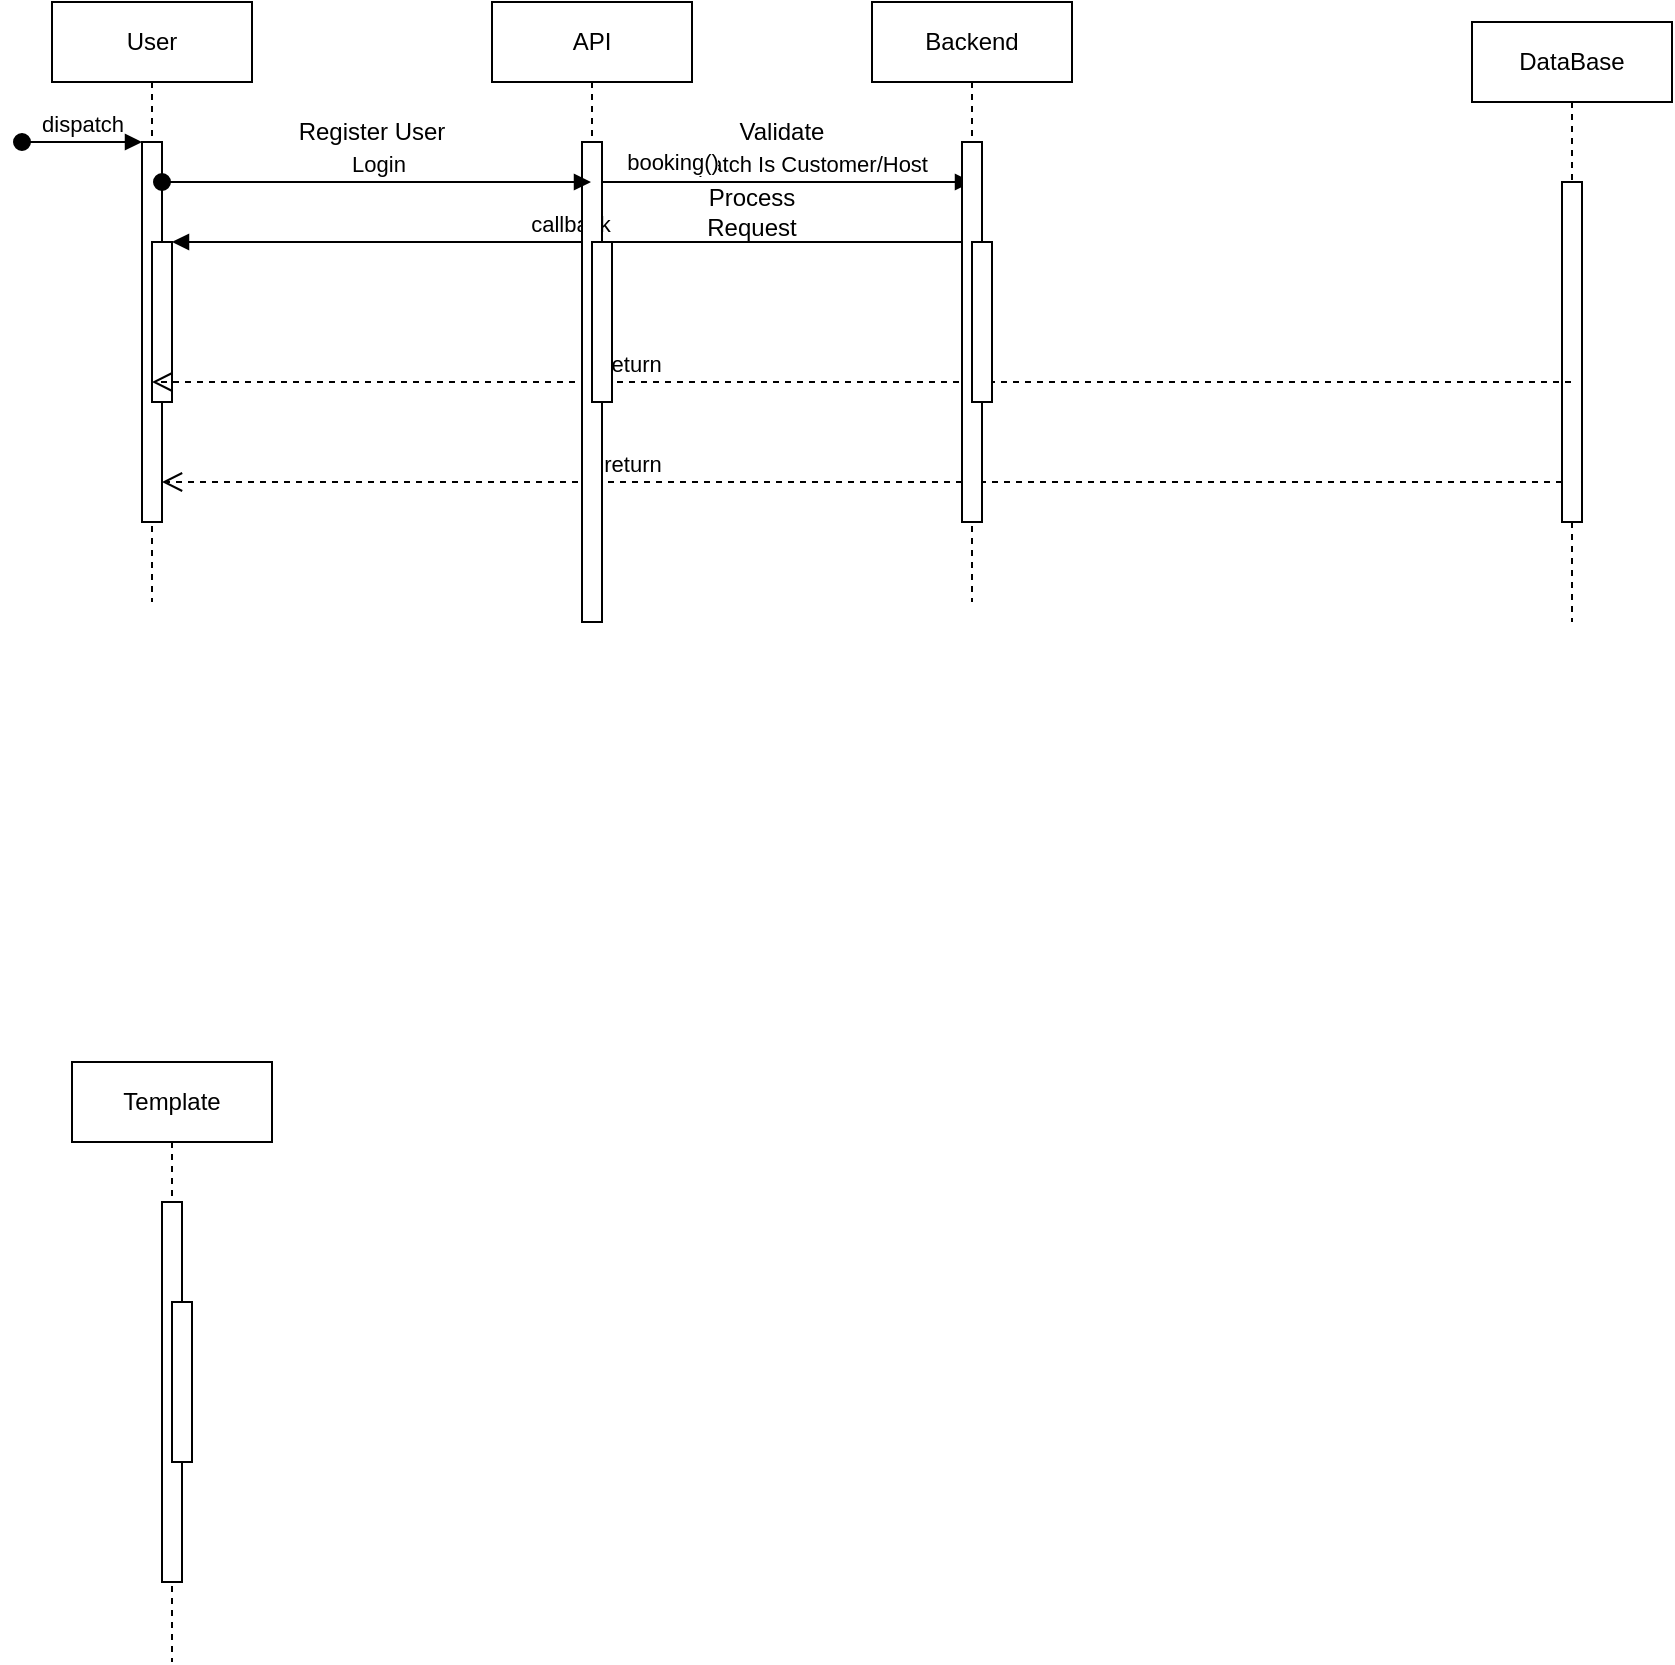
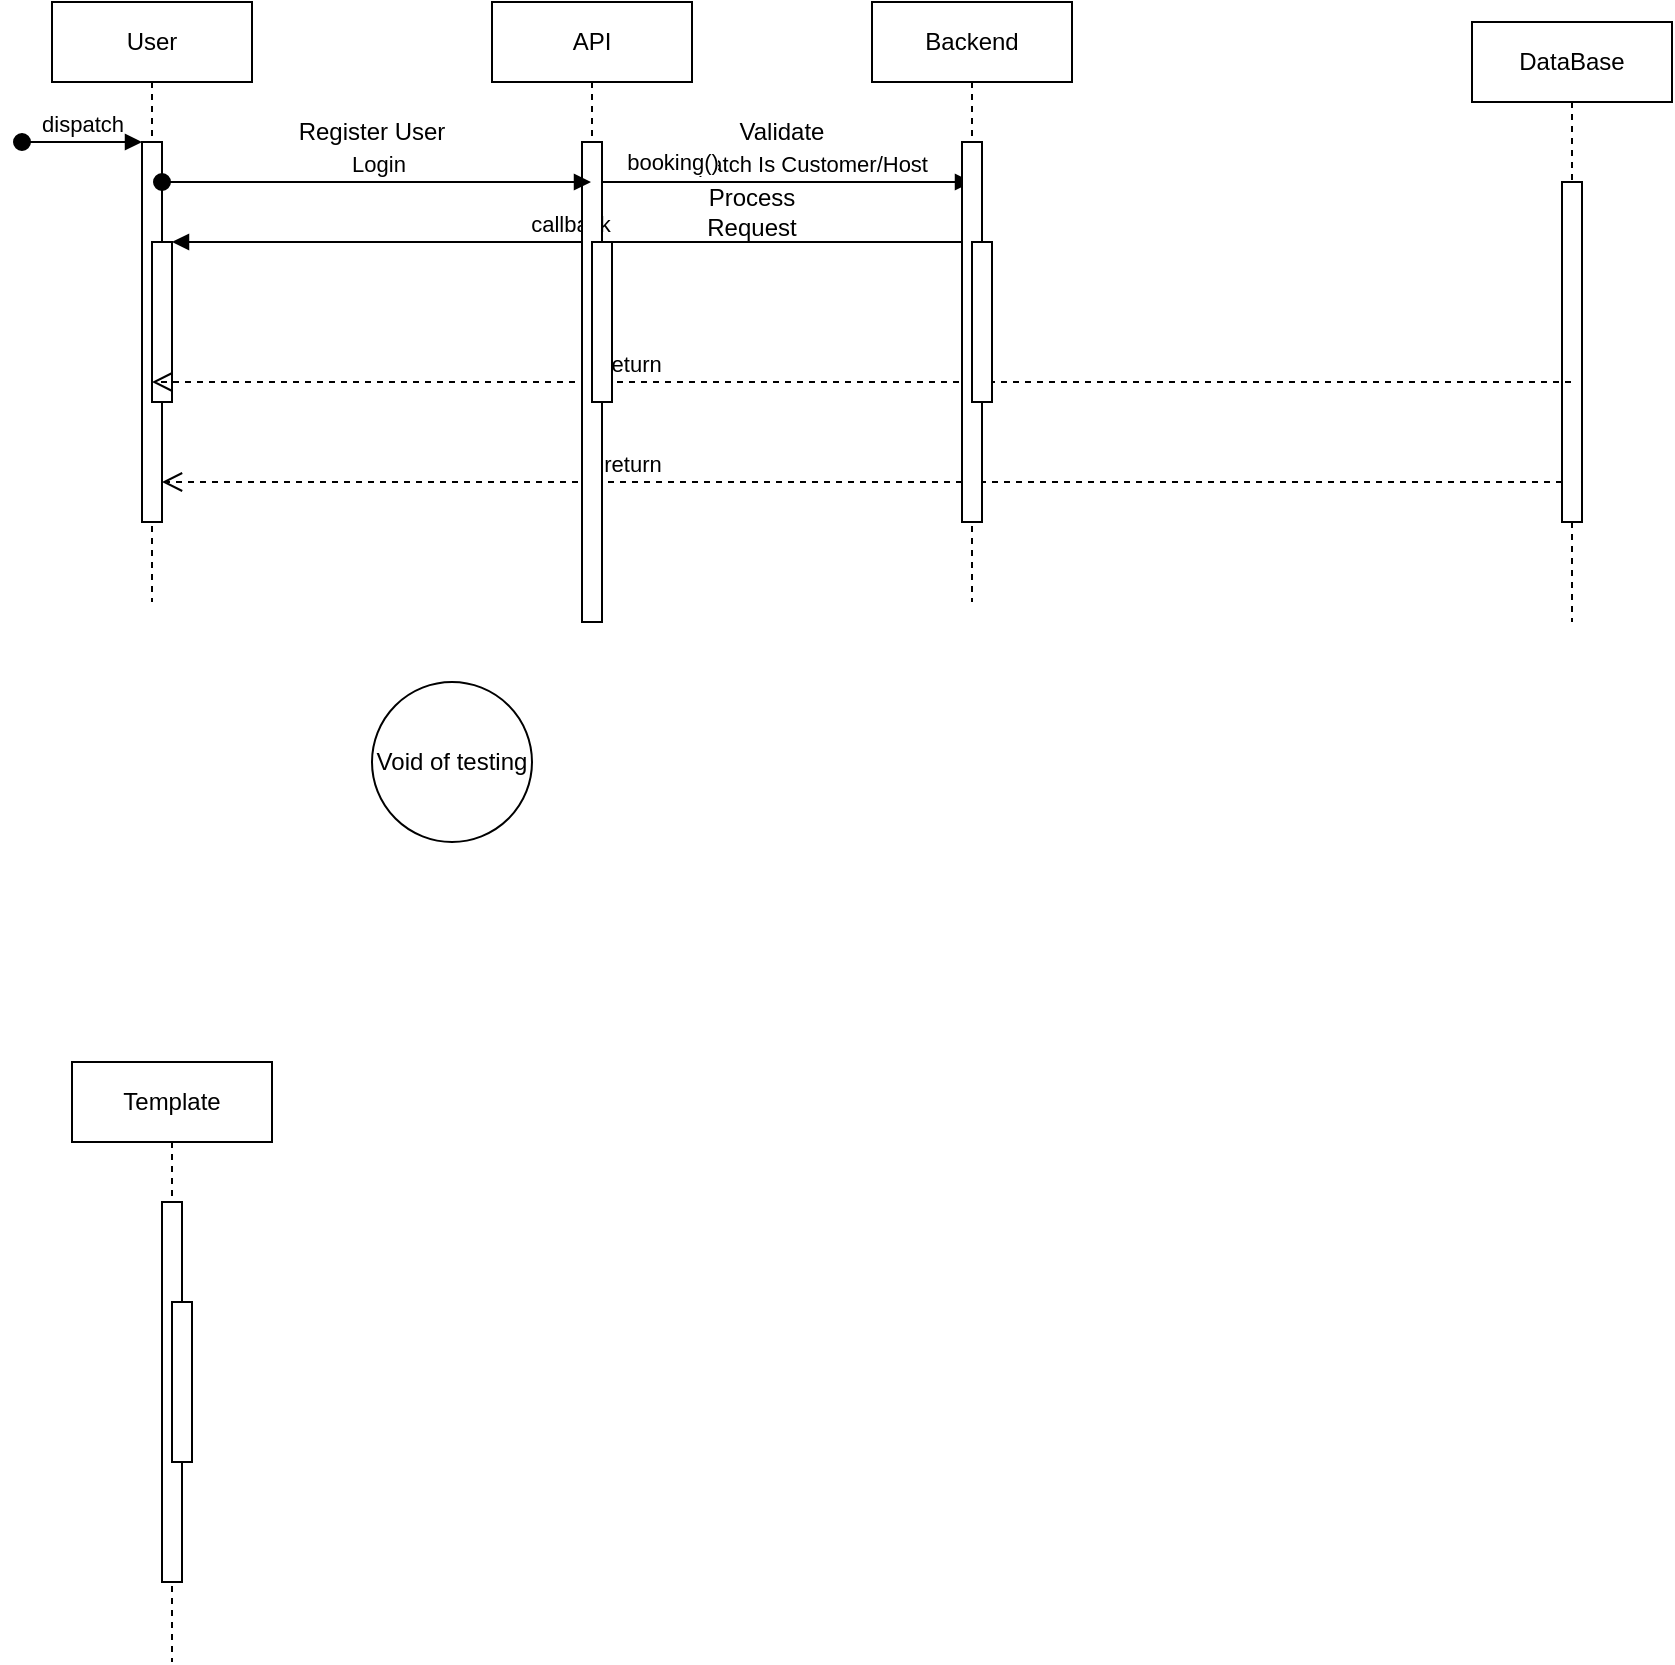
<mxfile host="app.diagrams.net" agent="5.0 (Macintosh; Intel Mac OS X 10_15_7) AppleWebKit/537.36 (KHTML, like Gecko) Chrome/109.0.0.0 Safari/537.36">
  <diagram name="Page-1" id="2YBvvXClWsGukQMizWep">
    <mxGraphModel dx="978" dy="357" grid="1" gridSize="10" guides="1" tooltips="1" connect="1" arrows="1" fold="1" page="1" pageScale="1" pageWidth="850" pageHeight="1100" math="0" shadow="0">
      <root>
        <mxCell id="0" />
        <mxCell id="1" parent="0" />
        <mxCell id="aM9ryv3xv72pqoxQDRHE-1" parent="1" style="shape=umlLifeline;perimeter=lifelinePerimeter;whiteSpace=wrap;html=1;container=0;dropTarget=0;collapsible=0;recursiveResize=0;outlineConnect=0;portConstraint=eastwest;newEdgeStyle={&quot;edgeStyle&quot;:&quot;elbowEdgeStyle&quot;,&quot;elbow&quot;:&quot;vertical&quot;,&quot;curved&quot;:0,&quot;rounded&quot;:0};" value="User" vertex="1">
          <mxGeometry height="300" width="100" x="30" y="40" as="geometry" />
        </mxCell>
        <mxCell id="aM9ryv3xv72pqoxQDRHE-2" parent="aM9ryv3xv72pqoxQDRHE-1" style="html=1;points=[];perimeter=orthogonalPerimeter;outlineConnect=0;targetShapes=umlLifeline;portConstraint=eastwest;newEdgeStyle={&quot;edgeStyle&quot;:&quot;elbowEdgeStyle&quot;,&quot;elbow&quot;:&quot;vertical&quot;,&quot;curved&quot;:0,&quot;rounded&quot;:0};" value="" vertex="1">
          <mxGeometry height="190" width="10" x="45" y="70" as="geometry" />
        </mxCell>
        <mxCell id="aM9ryv3xv72pqoxQDRHE-3" edge="1" parent="aM9ryv3xv72pqoxQDRHE-1" style="html=1;verticalAlign=bottom;startArrow=oval;endArrow=block;startSize=8;edgeStyle=elbowEdgeStyle;elbow=vertical;curved=0;rounded=0;" target="aM9ryv3xv72pqoxQDRHE-2" value="dispatch">
          <mxGeometry relative="1" as="geometry">
            <mxPoint x="-15" y="70" as="sourcePoint" />
          </mxGeometry>
        </mxCell>
        <mxCell id="aM9ryv3xv72pqoxQDRHE-4" parent="aM9ryv3xv72pqoxQDRHE-1" style="html=1;points=[];perimeter=orthogonalPerimeter;outlineConnect=0;targetShapes=umlLifeline;portConstraint=eastwest;newEdgeStyle={&quot;edgeStyle&quot;:&quot;elbowEdgeStyle&quot;,&quot;elbow&quot;:&quot;vertical&quot;,&quot;curved&quot;:0,&quot;rounded&quot;:0};" value="" vertex="1">
          <mxGeometry height="80" width="10" x="50" y="120" as="geometry" />
        </mxCell>
        <mxCell id="aM9ryv3xv72pqoxQDRHE-5" parent="1" style="shape=umlLifeline;perimeter=lifelinePerimeter;whiteSpace=wrap;html=1;container=0;dropTarget=0;collapsible=0;recursiveResize=0;outlineConnect=0;portConstraint=eastwest;newEdgeStyle={&quot;edgeStyle&quot;:&quot;elbowEdgeStyle&quot;,&quot;elbow&quot;:&quot;vertical&quot;,&quot;curved&quot;:0,&quot;rounded&quot;:0};" value="DataBase" vertex="1">
          <mxGeometry height="300" width="100" x="740" y="50" as="geometry" />
        </mxCell>
        <mxCell id="aM9ryv3xv72pqoxQDRHE-6" parent="aM9ryv3xv72pqoxQDRHE-5" style="html=1;points=[];perimeter=orthogonalPerimeter;outlineConnect=0;targetShapes=umlLifeline;portConstraint=eastwest;newEdgeStyle={&quot;edgeStyle&quot;:&quot;elbowEdgeStyle&quot;,&quot;elbow&quot;:&quot;vertical&quot;,&quot;curved&quot;:0,&quot;rounded&quot;:0};" value="" vertex="1">
          <mxGeometry height="170" width="10" x="45" y="80" as="geometry" />
        </mxCell>
        <mxCell id="aM9ryv3xv72pqoxQDRHE-7" edge="1" parent="1" source="7Z1T8ZwHcXeBXznP6D7j-6" style="html=1;verticalAlign=bottom;endArrow=block;edgeStyle=elbowEdgeStyle;elbow=vertical;curved=0;rounded=0;entryX=0.5;entryY=0.105;entryDx=0;entryDy=0;entryPerimeter=0;" target="7Z1T8ZwHcXeBXznP6D7j-10" value="dispatch Is Customer/Host">
          <mxGeometry relative="1" x="0.0616" as="geometry">
            <mxPoint as="offset" />
            <Array as="points">
              <mxPoint x="440" y="130" />
            </Array>
            <mxPoint x="195" y="130" as="sourcePoint" />
            <mxPoint x="480" y="130" as="targetPoint" />
          </mxGeometry>
        </mxCell>
        <mxCell id="SUudZ_YsPv13DbzPBlVf-1" connectable="0" parent="aM9ryv3xv72pqoxQDRHE-7" style="edgeLabel;html=1;align=center;verticalAlign=middle;resizable=0;points=[];" value="booking()" vertex="1">
          <mxGeometry relative="1" x="-0.6283" y="3" as="geometry">
            <mxPoint y="-7" as="offset" />
          </mxGeometry>
        </mxCell>
        <mxCell id="aM9ryv3xv72pqoxQDRHE-8" edge="1" parent="1" source="aM9ryv3xv72pqoxQDRHE-6" style="html=1;verticalAlign=bottom;endArrow=open;dashed=1;endSize=8;edgeStyle=elbowEdgeStyle;elbow=vertical;curved=0;rounded=0;" target="aM9ryv3xv72pqoxQDRHE-2" value="return">
          <mxGeometry relative="1" x="0.3286" as="geometry">
            <mxPoint as="offset" />
            <Array as="points">
              <mxPoint x="190" y="280" />
            </Array>
            <mxPoint x="195" y="205" as="targetPoint" />
          </mxGeometry>
        </mxCell>
        <mxCell id="aM9ryv3xv72pqoxQDRHE-9" edge="1" parent="1" source="7Z1T8ZwHcXeBXznP6D7j-10" style="html=1;verticalAlign=bottom;endArrow=block;edgeStyle=elbowEdgeStyle;elbow=vertical;curved=0;rounded=0;" target="aM9ryv3xv72pqoxQDRHE-4" value="callback">
          <mxGeometry relative="1" x="-0.0072" as="geometry">
            <mxPoint as="offset" />
            <Array as="points">
              <mxPoint x="190" y="160" />
            </Array>
            <mxPoint x="175" y="160" as="sourcePoint" />
          </mxGeometry>
        </mxCell>
        <mxCell id="aM9ryv3xv72pqoxQDRHE-10" edge="1" parent="1" source="aM9ryv3xv72pqoxQDRHE-5" style="html=1;verticalAlign=bottom;endArrow=open;dashed=1;endSize=8;edgeStyle=elbowEdgeStyle;elbow=vertical;curved=0;rounded=0;" target="aM9ryv3xv72pqoxQDRHE-1" value="return">
          <mxGeometry relative="1" x="0.3233" as="geometry">
            <mxPoint as="offset" />
            <Array as="points">
              <mxPoint x="150" y="230" />
            </Array>
            <mxPoint x="175" y="235" as="targetPoint" />
          </mxGeometry>
        </mxCell>
        <mxCell id="7Z1T8ZwHcXeBXznP6D7j-5" parent="1" style="shape=umlLifeline;perimeter=lifelinePerimeter;whiteSpace=wrap;html=1;container=0;dropTarget=0;collapsible=0;recursiveResize=0;outlineConnect=0;portConstraint=eastwest;newEdgeStyle={&quot;edgeStyle&quot;:&quot;elbowEdgeStyle&quot;,&quot;elbow&quot;:&quot;vertical&quot;,&quot;curved&quot;:0,&quot;rounded&quot;:0};" value="API" vertex="1">
          <mxGeometry height="300" width="100" x="250" y="40" as="geometry" />
        </mxCell>
        <mxCell id="7Z1T8ZwHcXeBXznP6D7j-6" parent="7Z1T8ZwHcXeBXznP6D7j-5" style="html=1;points=[];perimeter=orthogonalPerimeter;outlineConnect=0;targetShapes=umlLifeline;portConstraint=eastwest;newEdgeStyle={&quot;edgeStyle&quot;:&quot;elbowEdgeStyle&quot;,&quot;elbow&quot;:&quot;vertical&quot;,&quot;curved&quot;:0,&quot;rounded&quot;:0};" value="" vertex="1">
          <mxGeometry height="240" width="10" x="45" y="70" as="geometry" />
        </mxCell>
        <mxCell id="7Z1T8ZwHcXeBXznP6D7j-8" parent="7Z1T8ZwHcXeBXznP6D7j-5" style="html=1;points=[];perimeter=orthogonalPerimeter;outlineConnect=0;targetShapes=umlLifeline;portConstraint=eastwest;newEdgeStyle={&quot;edgeStyle&quot;:&quot;elbowEdgeStyle&quot;,&quot;elbow&quot;:&quot;vertical&quot;,&quot;curved&quot;:0,&quot;rounded&quot;:0};" value="" vertex="1">
          <mxGeometry height="80" width="10" x="50" y="120" as="geometry" />
        </mxCell>
        <mxCell id="7Z1T8ZwHcXeBXznP6D7j-9" parent="1" style="shape=umlLifeline;perimeter=lifelinePerimeter;whiteSpace=wrap;html=1;container=0;dropTarget=0;collapsible=0;recursiveResize=0;outlineConnect=0;portConstraint=eastwest;newEdgeStyle={&quot;edgeStyle&quot;:&quot;elbowEdgeStyle&quot;,&quot;elbow&quot;:&quot;vertical&quot;,&quot;curved&quot;:0,&quot;rounded&quot;:0};" value="&lt;div&gt;Backend&lt;/div&gt;" vertex="1">
          <mxGeometry height="300" width="100" x="440" y="40" as="geometry" />
        </mxCell>
        <mxCell id="7Z1T8ZwHcXeBXznP6D7j-10" parent="7Z1T8ZwHcXeBXznP6D7j-9" style="html=1;points=[];perimeter=orthogonalPerimeter;outlineConnect=0;targetShapes=umlLifeline;portConstraint=eastwest;newEdgeStyle={&quot;edgeStyle&quot;:&quot;elbowEdgeStyle&quot;,&quot;elbow&quot;:&quot;vertical&quot;,&quot;curved&quot;:0,&quot;rounded&quot;:0};" value="" vertex="1">
          <mxGeometry height="190" width="10" x="45" y="70" as="geometry" />
        </mxCell>
        <mxCell id="7Z1T8ZwHcXeBXznP6D7j-11" parent="7Z1T8ZwHcXeBXznP6D7j-9" style="html=1;points=[];perimeter=orthogonalPerimeter;outlineConnect=0;targetShapes=umlLifeline;portConstraint=eastwest;newEdgeStyle={&quot;edgeStyle&quot;:&quot;elbowEdgeStyle&quot;,&quot;elbow&quot;:&quot;vertical&quot;,&quot;curved&quot;:0,&quot;rounded&quot;:0};" value="" vertex="1">
          <mxGeometry height="80" width="10" x="50" y="120" as="geometry" />
        </mxCell>
        <mxCell id="7Z1T8ZwHcXeBXznP6D7j-12" parent="1" style="shape=umlLifeline;perimeter=lifelinePerimeter;whiteSpace=wrap;html=1;container=0;dropTarget=0;collapsible=0;recursiveResize=0;outlineConnect=0;portConstraint=eastwest;newEdgeStyle={&quot;edgeStyle&quot;:&quot;elbowEdgeStyle&quot;,&quot;elbow&quot;:&quot;vertical&quot;,&quot;curved&quot;:0,&quot;rounded&quot;:0};" value="Template" vertex="1">
          <mxGeometry height="300" width="100" x="40" y="570" as="geometry" />
        </mxCell>
        <mxCell id="7Z1T8ZwHcXeBXznP6D7j-13" parent="7Z1T8ZwHcXeBXznP6D7j-12" style="html=1;points=[];perimeter=orthogonalPerimeter;outlineConnect=0;targetShapes=umlLifeline;portConstraint=eastwest;newEdgeStyle={&quot;edgeStyle&quot;:&quot;elbowEdgeStyle&quot;,&quot;elbow&quot;:&quot;vertical&quot;,&quot;curved&quot;:0,&quot;rounded&quot;:0};" value="" vertex="1">
          <mxGeometry height="190" width="10" x="45" y="70" as="geometry" />
        </mxCell>
        <mxCell id="7Z1T8ZwHcXeBXznP6D7j-14" parent="7Z1T8ZwHcXeBXznP6D7j-12" style="html=1;points=[];perimeter=orthogonalPerimeter;outlineConnect=0;targetShapes=umlLifeline;portConstraint=eastwest;newEdgeStyle={&quot;edgeStyle&quot;:&quot;elbowEdgeStyle&quot;,&quot;elbow&quot;:&quot;vertical&quot;,&quot;curved&quot;:0,&quot;rounded&quot;:0};" value="" vertex="1">
          <mxGeometry height="80" width="10" x="50" y="120" as="geometry" />
        </mxCell>
        <mxCell id="7Z1T8ZwHcXeBXznP6D7j-18" edge="1" parent="1" style="html=1;verticalAlign=bottom;startArrow=oval;endArrow=block;startSize=8;edgeStyle=elbowEdgeStyle;elbow=vertical;curved=0;rounded=0;" target="7Z1T8ZwHcXeBXznP6D7j-5" value="Login">
          <mxGeometry relative="1" as="geometry">
            <mxPoint x="85" y="130" as="sourcePoint" />
            <mxPoint x="150" y="130" as="targetPoint" />
          </mxGeometry>
        </mxCell>
        <mxCell id="D9VVy2PClrj1YHKQl20F-1" parent="1" style="text;html=1;whiteSpace=wrap;strokeColor=none;fillColor=none;align=center;verticalAlign=middle;rounded=0;" value="Register User" vertex="1">
          <mxGeometry height="30" width="100" x="140" y="90" as="geometry" />
        </mxCell>
        <mxCell id="D9VVy2PClrj1YHKQl20F-2" parent="1" style="text;html=1;whiteSpace=wrap;strokeColor=none;fillColor=none;align=center;verticalAlign=middle;rounded=0;" value="Validate" vertex="1">
          <mxGeometry height="30" width="60" x="365" y="90" as="geometry" />
        </mxCell>
        <mxCell id="D9VVy2PClrj1YHKQl20F-3" parent="1" style="text;html=1;whiteSpace=wrap;strokeColor=none;fillColor=none;align=center;verticalAlign=middle;rounded=0;" value="Process Request" vertex="1">
          <mxGeometry height="30" width="60" x="350" y="130" as="geometry" />
        </mxCell>
+         <mxCell id="7Z1T8ZwHcXeBXznP6D7j-19" parent="1" style="ellipse;whiteSpace=wrap;html=1;aspect=fixed;" value="Void of testing" vertex="1">
+           <mxGeometry height="80" width="80" x="190" y="380" as="geometry" />
+         </mxCell>
      </root>
    </mxGraphModel>
  </diagram>
</mxfile>
